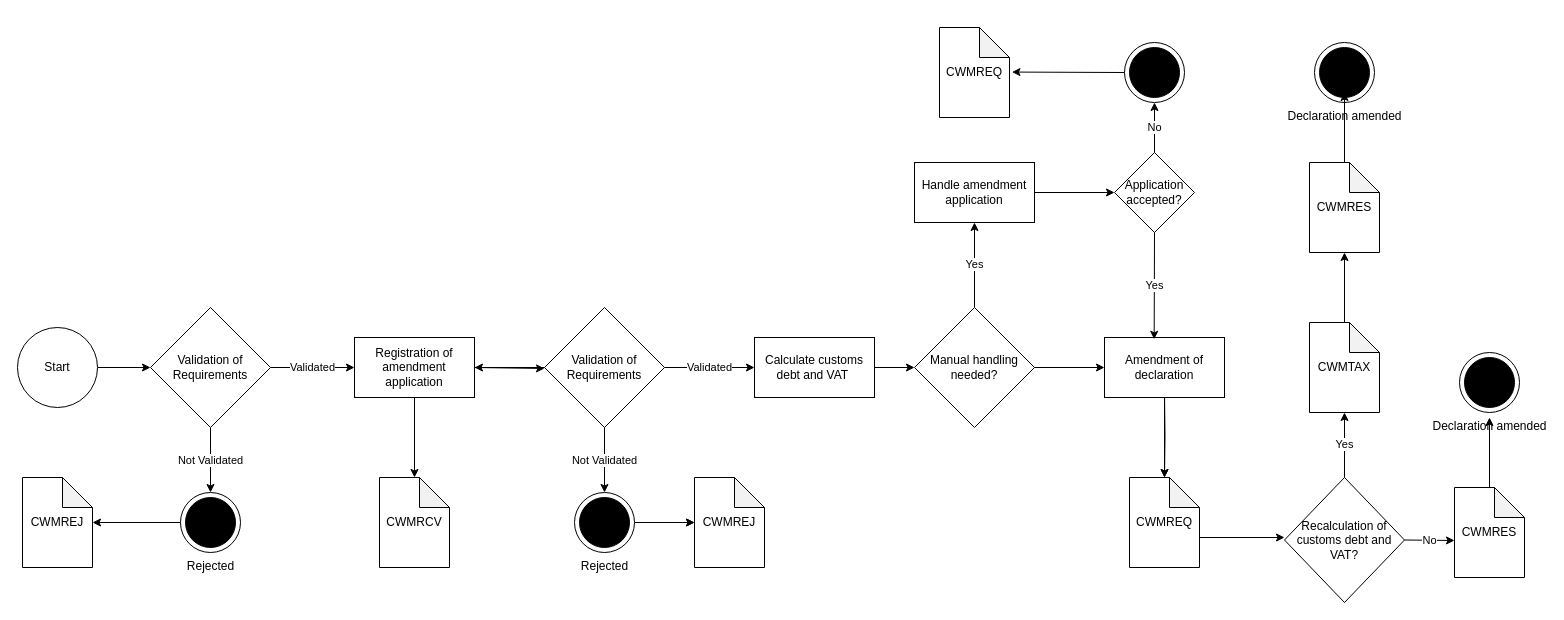
Before: Flows/amendment.drawio in skat/dms-public, a draw.io diagram. Source tidied: cells renumbered, new cells numbered last; positions are measured from the earlier drawing's top-left corner, leaving out a move shared by most shapes. Both pictures are drawn from the tidied source at 100%, with x=0, y=0 at pixel (17, 27).
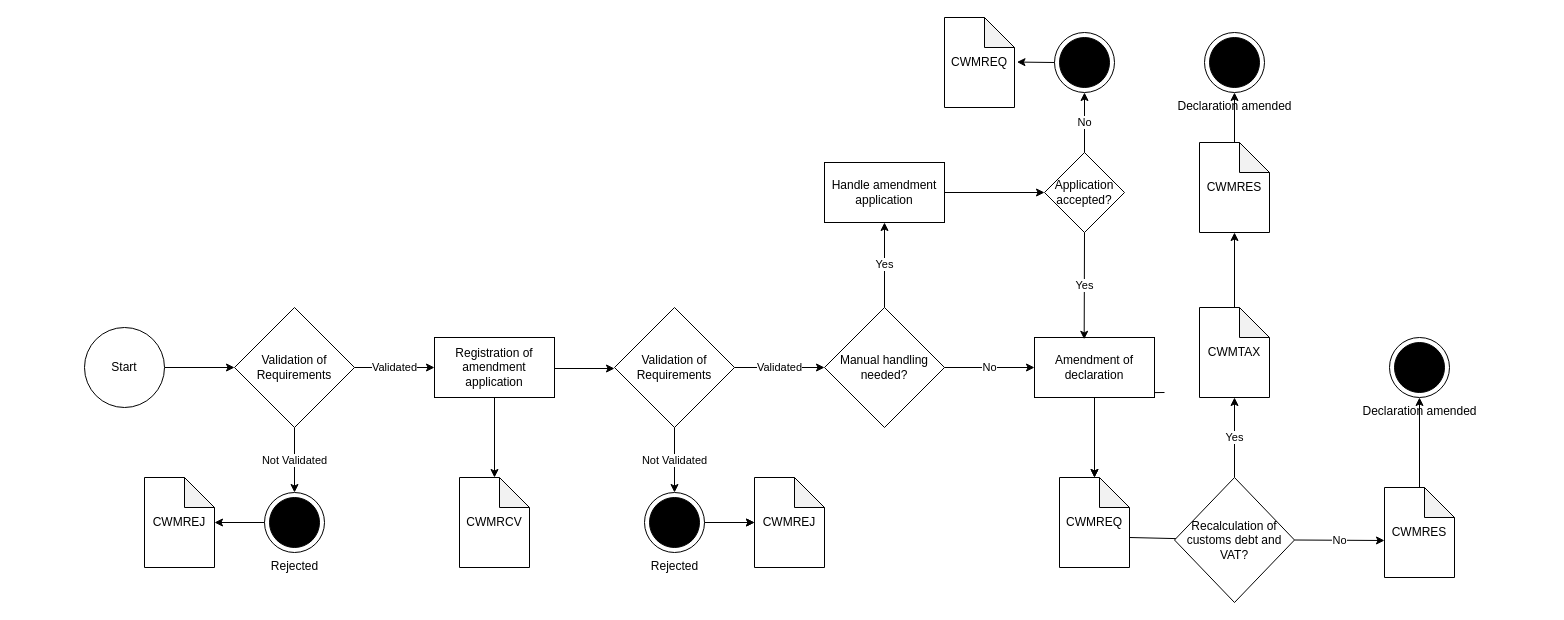
Above is the later version.

Commit message:
Updating amendment flow

The edit, as a diff of the source:
```diff
@@
     <mxCell id="2" value="Rejected" style="shape=mxgraph.sysml.actFinal;html=1;verticalLabelPosition=bottom;labelBackgroundColor=#ffffff;verticalAlign=top;" parent="1" vertex="1">
-      <mxGeometry x="163" y="465" width="60" height="60" as="geometry" />
+      <mxGeometry x="247" y="465" width="60" height="60" as="geometry" />
     </mxCell>
@@
     <mxCell id="4" value="CWMRCV" style="shape=note;whiteSpace=wrap;html=1;backgroundOutline=1;darkOpacity=0.05;" parent="1" vertex="1">
-      <mxGeometry x="362" y="450" width="70" height="90" as="geometry" />
+      <mxGeometry x="442" y="450" width="70" height="90" as="geometry" />
     </mxCell>
@@
     <mxCell id="6" value="Start" style="ellipse;whiteSpace=wrap;html=1;" parent="1" vertex="1">
-      <mxGeometry y="300" width="80" height="80" as="geometry" />
+      <mxGeometry x="67" y="300" width="80" height="80" as="geometry" />
     </mxCell>
-    <mxCell id="7" value="Validated" style="edgeStyle=orthogonalEdgeStyle;rounded=0;jettySize=auto;html=1;startArrow=none;entryX=0;entryY=0.5;entryDx=0;entryDy=0;" parent="1" edge="1" source="15" target="23">
-      <mxGeometry relative="1" as="geometry" />
+    <mxCell id="7" value="Validated" style="edgeStyle=orthogonalEdgeStyle;rounded=0;jettySize=auto;html=1;startArrow=none;" parent="1" edge="1" source="15">
+      <mxGeometry relative="1" as="geometry">
+        <mxPoint x="807" y="340" as="targetPoint" />
+      </mxGeometry>
     </mxCell>
     <mxCell id="8" value="Registration of amendment application" style="whiteSpace=wrap;html=1;" parent="1" vertex="1">
-      <mxGeometry x="337" y="310" width="120" height="60" as="geometry" />
+      <mxGeometry x="417" y="310" width="120" height="60" as="geometry" />
     </mxCell>
@@
     <mxCell id="11" value="Validation of Requirements" style="rhombus;whiteSpace=wrap;html=1;" parent="1" vertex="1">
-      <mxGeometry x="133" y="280" width="120" height="120" as="geometry" />
+      <mxGeometry x="217" y="280" width="120" height="120" as="geometry" />
     </mxCell>
@@
     <mxCell id="13" value="CWMREJ" style="shape=note;whiteSpace=wrap;html=1;backgroundOutline=1;darkOpacity=0.05;" parent="1" vertex="1">
-      <mxGeometry x="5" y="450" width="70" height="90" as="geometry" />
+      <mxGeometry x="127" y="450" width="70" height="90" as="geometry" />
     </mxCell>
-    <mxCell id="14" style="edgeStyle=orthogonalEdgeStyle;rounded=0;jettySize=auto;html=1;" parent="1" edge="1" source="15" target="8">
-      <mxGeometry relative="1" as="geometry" />
-    </mxCell>
     <mxCell id="15" value="Validation of Requirements" style="rhombus;whiteSpace=wrap;html=1;" parent="1" vertex="1">
-      <mxGeometry x="527" y="280" width="120" height="120" as="geometry" />
+      <mxGeometry x="597" y="280" width="120" height="120" as="geometry" />
     </mxCell>
-    <mxCell id="16" style="endArrow=classic;html=1;exitX=1;exitY=0.5;exitDx=0;exitDy=0;" parent="1" edge="1" source="8">
+    <mxCell id="16" style="endArrow=classic;html=1;" parent="1" edge="1">
       <mxGeometry relative="1" as="geometry">
-        <mxPoint x="527" y="341" as="targetPoint" />
+        <mxPoint x="537" y="341" as="sourcePoint" />
+        <mxPoint x="597" y="341" as="targetPoint" />
       </mxGeometry>
     </mxCell>
@@
     <mxCell id="19" value="Rejected" style="shape=mxgraph.sysml.actFinal;html=1;verticalLabelPosition=bottom;labelBackgroundColor=#ffffff;verticalAlign=top;" parent="1" vertex="1">
-      <mxGeometry x="557" y="465" width="60" height="60" as="geometry" />
+      <mxGeometry x="627" y="465" width="60" height="60" as="geometry" />
     </mxCell>
@@
     <mxCell id="21" value="CWMREJ" style="shape=note;whiteSpace=wrap;html=1;backgroundOutline=1;darkOpacity=0.05;" parent="1" vertex="1">
-      <mxGeometry x="677" y="450" width="70" height="90" as="geometry" />
+      <mxGeometry x="737" y="450" width="70" height="90" as="geometry" />
     </mxCell>
     <mxCell id="22" value="CWMREQ" style="shape=note;whiteSpace=wrap;html=1;backgroundOutline=1;darkOpacity=0.05;" parent="1" vertex="1">
-      <mxGeometry x="1112" y="450" width="70" height="90" as="geometry" />
+      <mxGeometry x="1042" y="450" width="70" height="90" as="geometry" />
     </mxCell>
-    <mxCell id="23" value="Calculate customs debt and VAT&amp;nbsp;" style="whiteSpace=wrap;html=1;" parent="1" vertex="1">
-      <mxGeometry x="737" y="310" width="120" height="60" as="geometry" />
-    </mxCell>
     <mxCell id="24" value="Manual handling needed?" style="rhombus;whiteSpace=wrap;html=1;" parent="1" vertex="1">
-      <mxGeometry x="897" y="280" width="120" height="120" as="geometry" />
+      <mxGeometry x="807" y="280" width="120" height="120" as="geometry" />
     </mxCell>
-    <mxCell id="25" style="endArrow=classic;html=1;exitX=1;exitY=0.5;exitDx=0;exitDy=0;entryX=0;entryY=0.5;entryDx=0;entryDy=0;" parent="1" edge="1" source="23" target="24">
-      <mxGeometry relative="1" as="geometry" />
-    </mxCell>
     <mxCell id="26" value="Handle amendment application" style="whiteSpace=wrap;html=1;" parent="1" vertex="1">
-      <mxGeometry x="897" y="135" width="120" height="60" as="geometry" />
+      <mxGeometry x="807" y="135" width="120" height="60" as="geometry" />
     </mxCell>
@@
     <mxCell id="29" value="Amendment of declaration" style="whiteSpace=wrap;html=1;" parent="1" vertex="1">
-      <mxGeometry x="1087" y="310" width="120" height="60" as="geometry" />
+      <mxGeometry x="1017" y="310" width="120" height="60" as="geometry" />
     </mxCell>
-    <mxCell id="30" style="endArrow=classic;html=1;exitX=1;exitY=0.5;exitDx=0;exitDy=0;" parent="1" edge="1" source="24">
+    <mxCell id="30" value="No" style="endArrow=classic;html=1;exitX=1;exitY=0.5;exitDx=0;exitDy=0;" parent="1" edge="1" source="24">
       <mxGeometry relative="1" as="geometry">
-        <mxPoint x="1087" y="340" as="targetPoint" />
+        <mxPoint x="1017" y="340" as="targetPoint" />
       </mxGeometry>
     </mxCell>
     <mxCell id="31" value="Application accepted?" style="rhombus;whiteSpace=wrap;html=1;" parent="1" vertex="1">
-      <mxGeometry x="1097" y="125" width="80" height="80" as="geometry" />
+      <mxGeometry x="1027" y="125" width="80" height="80" as="geometry" />
     </mxCell>
@@
     <mxCell id="34" style="shape=mxgraph.sysml.actFinal;html=1;verticalLabelPosition=bottom;labelBackgroundColor=#ffffff;verticalAlign=top;" parent="1" vertex="1">
-      <mxGeometry x="1107" y="15" width="60" height="60" as="geometry" />
+      <mxGeometry x="1037" y="5" width="60" height="60" as="geometry" />
     </mxCell>
@@
     <mxCell id="36" value="CWMREQ" style="shape=note;whiteSpace=wrap;html=1;backgroundOutline=1;darkOpacity=0.05;" parent="1" vertex="1">
-      <mxGeometry x="922" width="70" height="90" as="geometry" />
+      <mxGeometry x="927" y="-10" width="70" height="90" as="geometry" />
     </mxCell>
@@
     <mxCell id="38" style="endArrow=classic;html=1;entryX=0.5;entryY=0;entryDx=0;entryDy=0;entryPerimeter=0;" parent="1" edge="1" target="22">
       <mxGeometry relative="1" as="geometry">
-        <mxPoint x="1147" y="371" as="sourcePoint" />
+        <mxPoint x="1077" y="371" as="sourcePoint" />
       </mxGeometry>
     </mxCell>
     <mxCell id="39" value="Declaration amended" style="shape=mxgraph.sysml.actFinal;html=1;verticalLabelPosition=bottom;labelBackgroundColor=#ffffff;verticalAlign=top;" parent="1" vertex="1">
-      <mxGeometry x="1297" y="15" width="60" height="60" as="geometry" />
+      <mxGeometry x="1187" y="5" width="60" height="60" as="geometry" />
     </mxCell>
-    <mxCell id="40" style="endArrow=classic;html=1;exitX=0;exitY=0;exitDx=70;exitDy=60;exitPerimeter=0;" parent="1" edge="1" source="22">
+    <mxCell id="40" style="endArrow=classic;html=1;exitX=0;exitY=0;exitDx=70;exitDy=60;exitPerimeter=0;startArrow=none;" parent="1" edge="1" source="42">
       <mxGeometry relative="1" as="geometry">
         <mxPoint x="1267" y="510" as="targetPoint" />
       </mxGeometry>
     </mxCell>
-    <mxCell id="41" style="endArrow=classic;html=1;exitX=0.5;exitY=0;exitDx=0;exitDy=0;exitPerimeter=0;" parent="1" edge="1" source="46">
-      <mxGeometry relative="1" as="geometry">
-        <mxPoint x="1327" y="65" as="targetPoint" />
-      </mxGeometry>
+    <mxCell id="41" style="endArrow=classic;html=1;exitX=0.5;exitY=0;exitDx=0;exitDy=0;exitPerimeter=0;" parent="1" edge="1" source="46" target="39">
+      <mxGeometry relative="1" as="geometry" />
     </mxCell>
-    <mxCell id="42" value="Recalculation of customs debt and VAT?" style="rhombus;whiteSpace=wrap;html=1;" parent="1" vertex="1">
-      <mxGeometry x="1267" y="450" width="120" height="125" as="geometry" />
-    </mxCell>
-    <mxCell id="43" value="Yes" style="endArrow=classic;html=1;exitX=0.5;exitY=0;exitDx=0;exitDy=0;" parent="1" edge="1" source="42">
-      <mxGeometry relative="1" as="geometry">
-        <mxPoint x="1327" y="385" as="targetPoint" />
-      </mxGeometry>
+    <mxCell id="43" value="Yes" style="endArrow=classic;html=1;exitX=0.5;exitY=0;exitDx=0;exitDy=0;entryX=0.5;entryY=1;entryDx=0;entryDy=0;entryPerimeter=0;" parent="1" edge="1" source="42" target="45">
+      <mxGeometry relative="1" as="geometry" />
     </mxCell>
-    <mxCell id="44" style="endArrow=classic;html=1;exitX=0.5;exitY=0;exitDx=0;exitDy=0;exitPerimeter=0;" parent="1" edge="1" source="45">
-      <mxGeometry relative="1" as="geometry">
-        <mxPoint x="1327" y="225" as="targetPoint" />
-      </mxGeometry>
+    <mxCell id="44" style="endArrow=classic;html=1;exitX=0.5;exitY=0;exitDx=0;exitDy=0;exitPerimeter=0;entryX=0.5;entryY=1;entryDx=0;entryDy=0;entryPerimeter=0;" parent="1" edge="1" source="45" target="46">
+      <mxGeometry relative="1" as="geometry" />
     </mxCell>
     <mxCell id="45" value="CWMTAX" style="shape=note;whiteSpace=wrap;html=1;backgroundOutline=1;darkOpacity=0.05;" parent="1" vertex="1">
-      <mxGeometry x="1292" y="295" width="70" height="90" as="geometry" />
+      <mxGeometry x="1182" y="280" width="70" height="90" as="geometry" />
     </mxCell>
     <mxCell id="46" value="CWMRES" style="shape=note;whiteSpace=wrap;html=1;backgroundOutline=1;darkOpacity=0.05;" parent="1" vertex="1">
-      <mxGeometry x="1292" y="135" width="70" height="90" as="geometry" />
+      <mxGeometry x="1182" y="115" width="70" height="90" as="geometry" />
     </mxCell>
     <mxCell id="47" value="No" style="endArrow=classic;html=1;exitX=1;exitY=0.5;exitDx=0;exitDy=0;" parent="1" edge="1" source="42">
       <mxGeometry relative="1" as="geometry">
-        <mxPoint x="1437" y="513" as="targetPoint" />
+        <mxPoint x="1367" y="513" as="targetPoint" />
       </mxGeometry>
     </mxCell>
     <mxCell id="48" value="Declaration amended" style="shape=mxgraph.sysml.actFinal;html=1;verticalLabelPosition=bottom;labelBackgroundColor=#ffffff;verticalAlign=top;" parent="1" vertex="1">
-      <mxGeometry x="1442" y="325" width="60" height="60" as="geometry" />
+      <mxGeometry x="1372" y="310" width="60" height="60" as="geometry" />
     </mxCell>
-    <mxCell id="49" style="endArrow=classic;html=1;exitX=0.5;exitY=0;exitDx=0;exitDy=0;exitPerimeter=0;" parent="1" edge="1" source="50">
-      <mxGeometry relative="1" as="geometry">
-        <mxPoint x="1472" y="390" as="targetPoint" />
-      </mxGeometry>
+    <mxCell id="49" style="endArrow=classic;html=1;exitX=0.5;exitY=0;exitDx=0;exitDy=0;exitPerimeter=0;entryX=0.5;entryY=1;entryDx=0;entryDy=0;entryPerimeter=0;" parent="1" edge="1" source="50" target="48">
+      <mxGeometry relative="1" as="geometry" />
     </mxCell>
     <mxCell id="50" value="CWMRES" style="shape=note;whiteSpace=wrap;html=1;backgroundOutline=1;darkOpacity=0.05;" parent="1" vertex="1">
-      <mxGeometry x="1437" y="460" width="70" height="90" as="geometry" />
+      <mxGeometry x="1367" y="460" width="70" height="90" as="geometry" />
     </mxCell>
+    <mxCell id="42" value="Recalculation of customs debt and VAT?" style="rhombus;whiteSpace=wrap;html=1;" parent="1" vertex="1">
+      <mxGeometry x="1157" y="450" width="120" height="125" as="geometry" />
+    </mxCell>
+    <mxCell id="51" style="endArrow=none;html=1;exitX=0;exitY=0;exitDx=70;exitDy=60;exitPerimeter=0;" parent="1" edge="1" source="22" target="42">
+      <mxGeometry relative="1" as="geometry" />
+    </mxCell>
```
